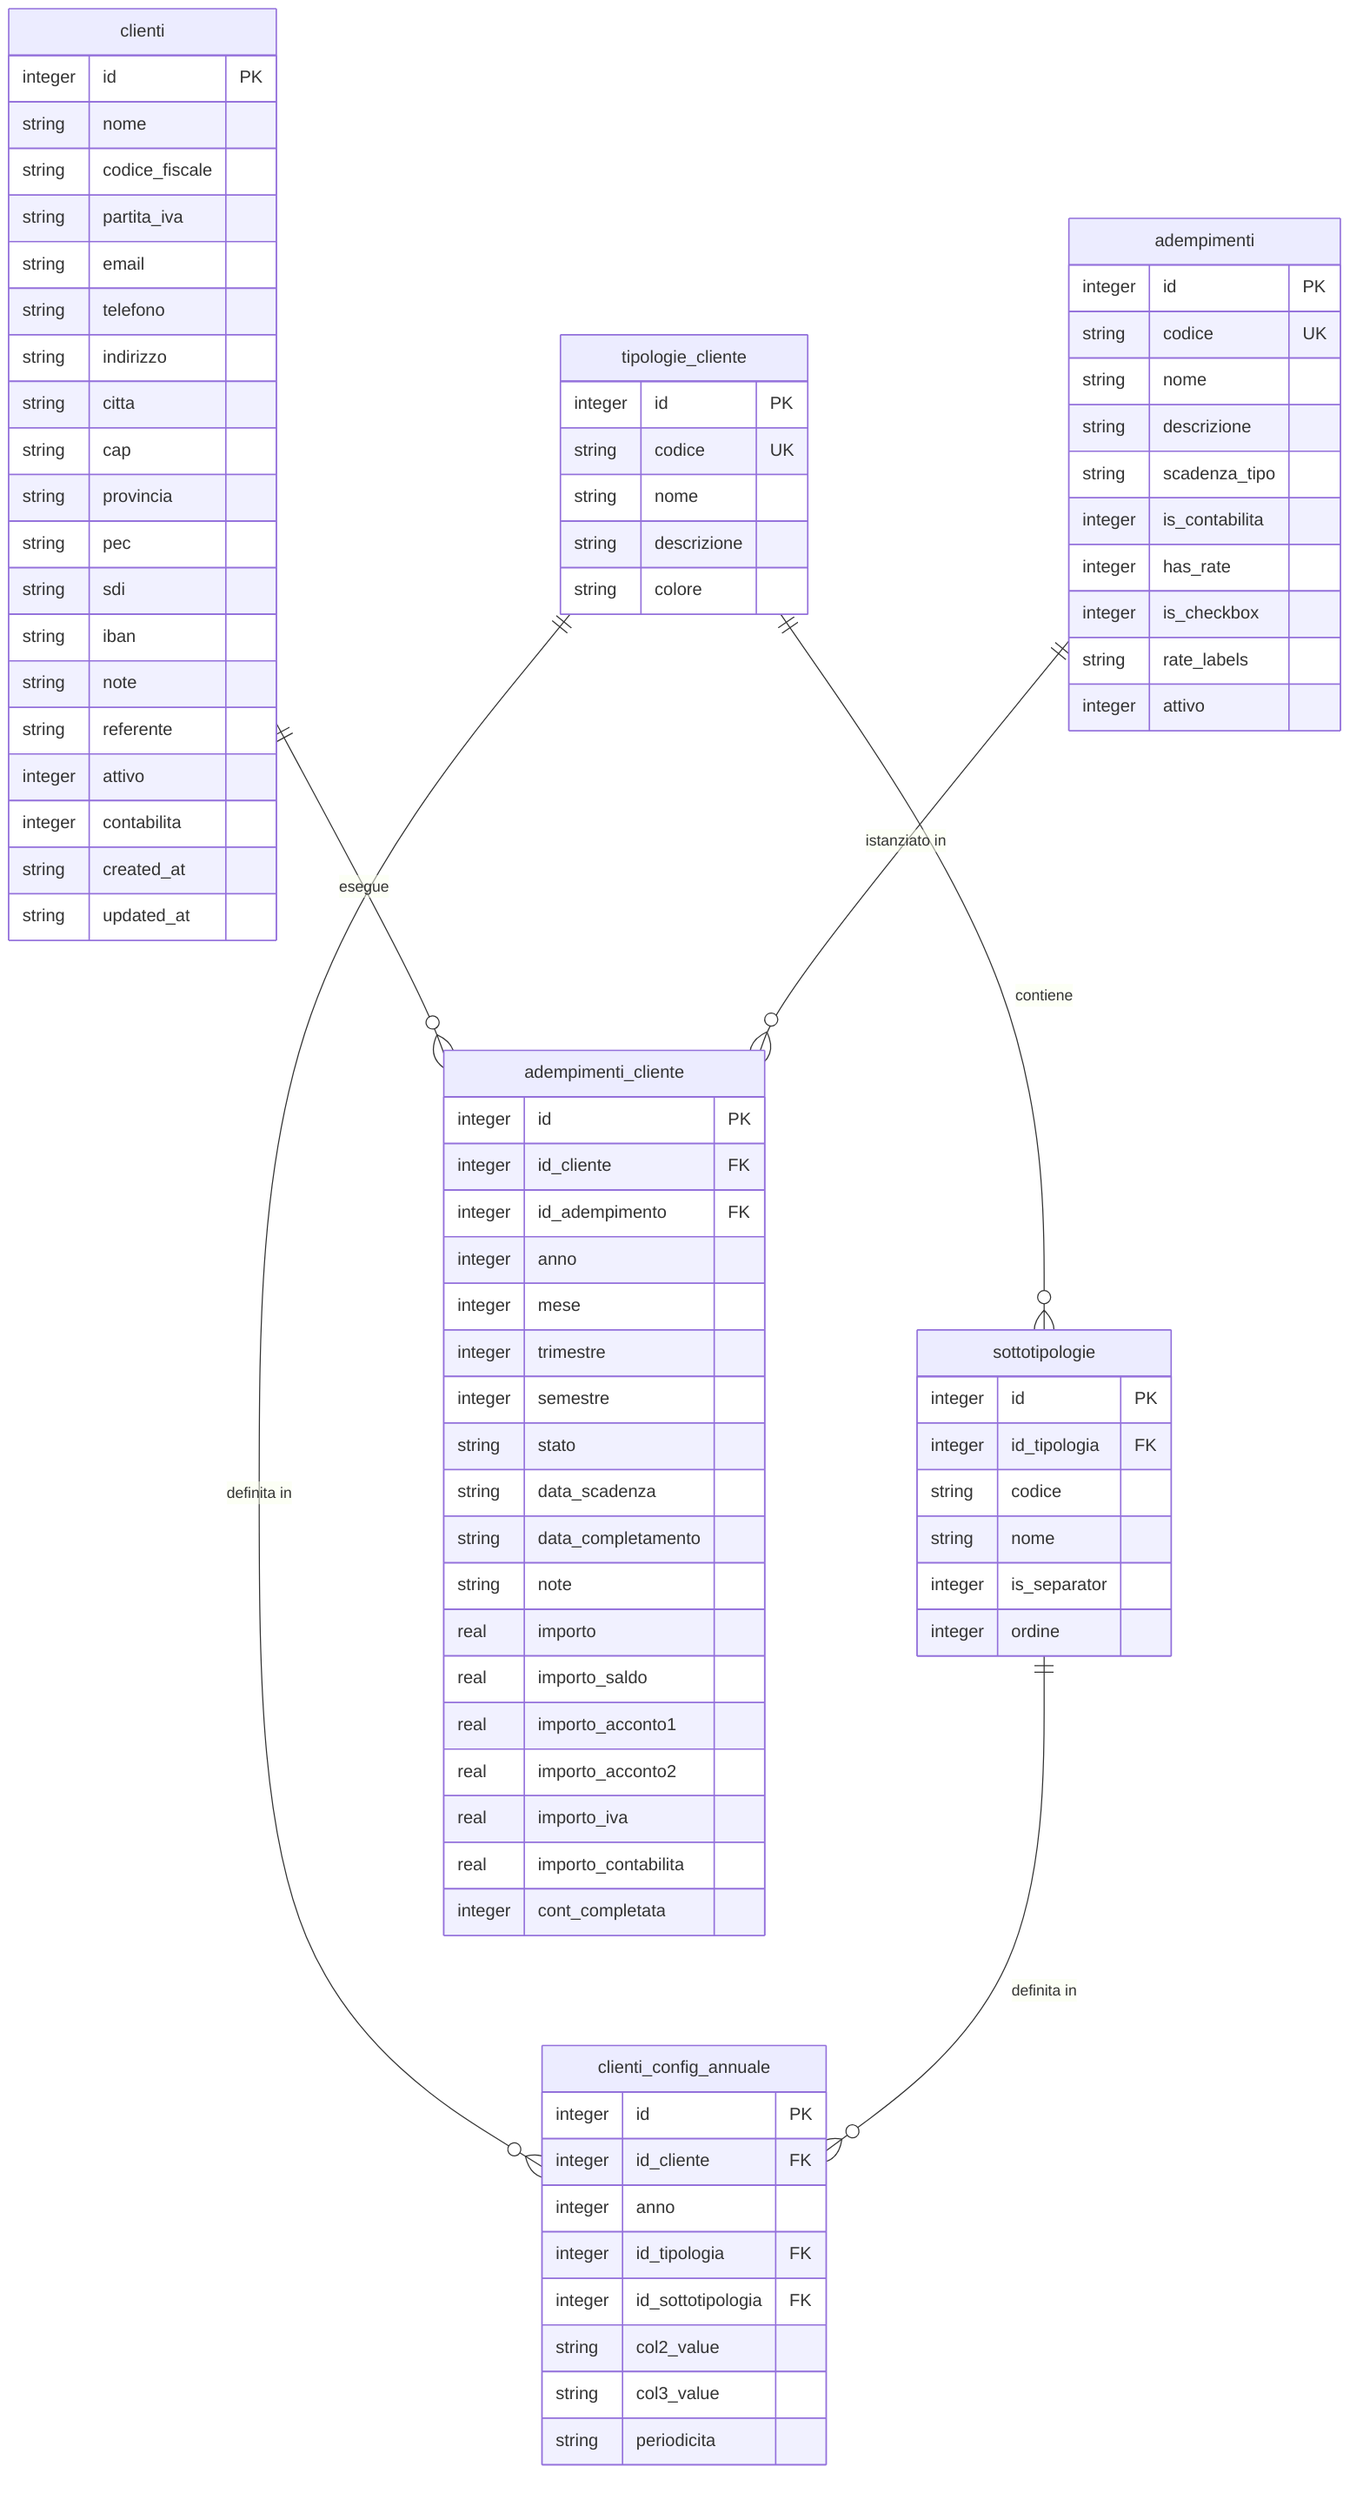
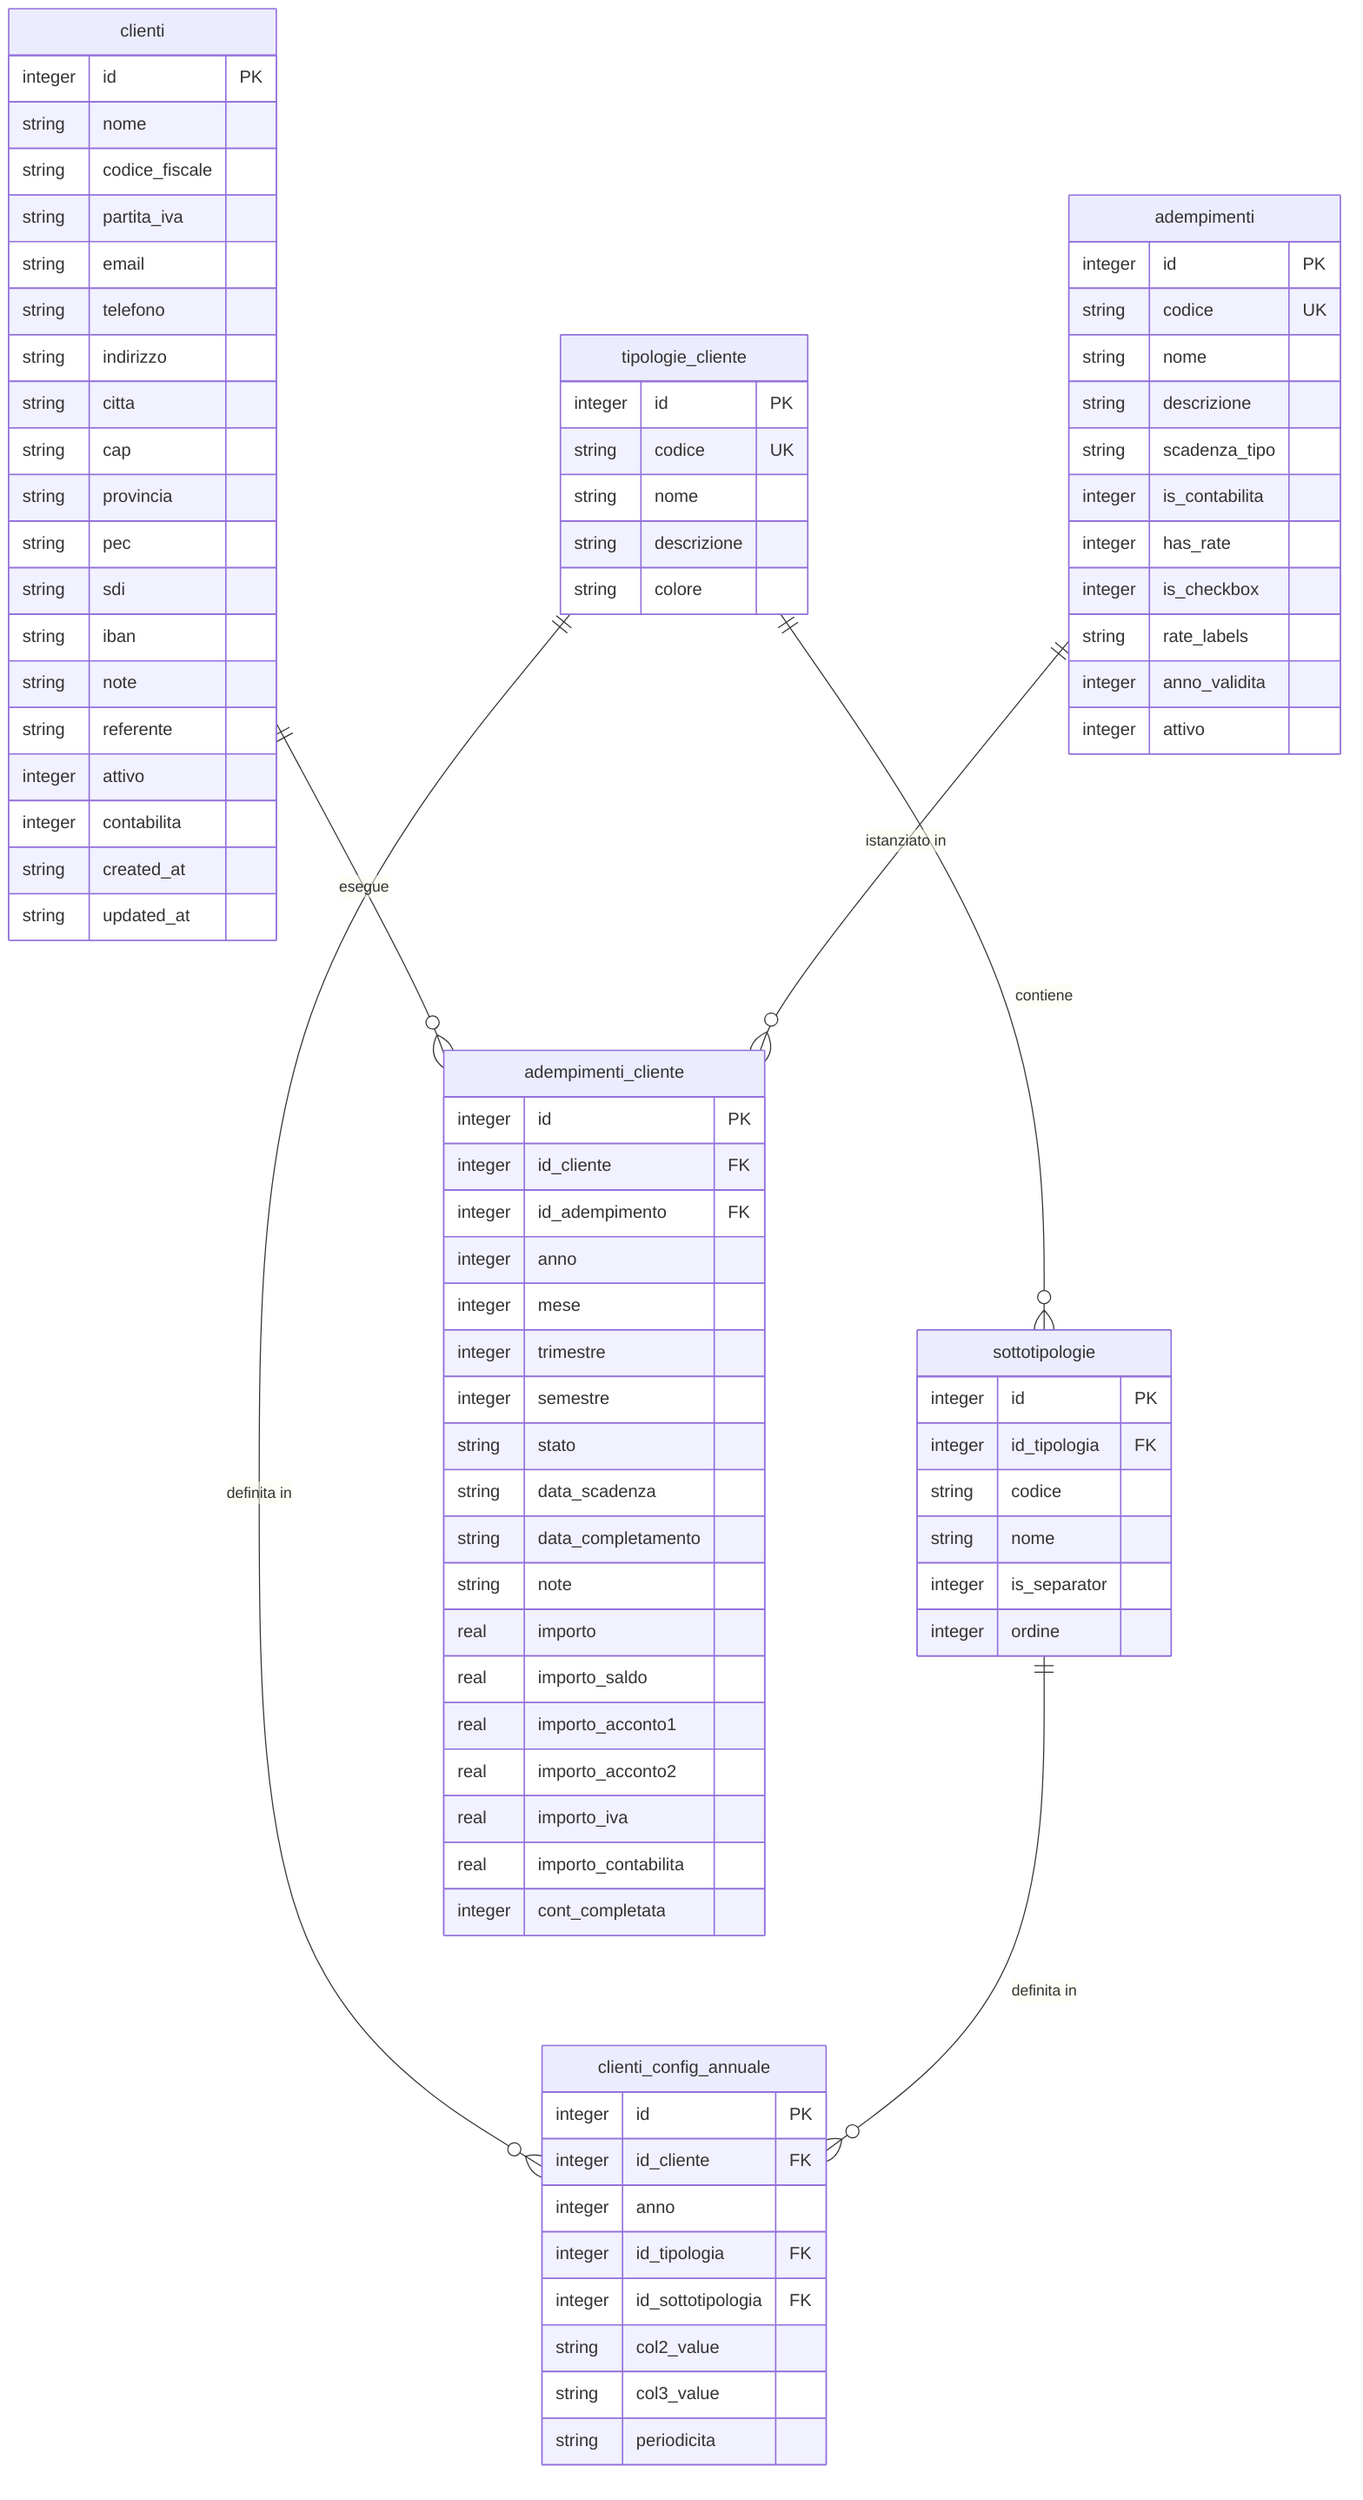
erDiagram
    clienti {
        integer id PK
        string nome
        string codice_fiscale
        string partita_iva
        string email
        string telefono
        string indirizzo
        string citta
        string cap
        string provincia
        string pec
        string sdi
        string iban
        string note
        string referente
        integer attivo
        integer contabilita
        string created_at
        string updated_at
    }

    tipologie_cliente {
        integer id PK
        string codice UK
        string nome
        string descrizione
        string colore
    }

    sottotipologie {
        integer id PK
        integer id_tipologia FK
        string codice
        string nome
        integer is_separator
        integer ordine
    }

    clienti_config_annuale {
        integer id PK
        integer id_cliente FK
        integer anno
        integer id_tipologia FK
        integer id_sottotipologia FK
        string col2_value
        string col3_value
        string periodicita
    }

    adempimenti {
        integer id PK
        string codice UK
        string nome
        string descrizione
        string scadenza_tipo
        integer is_contabilita
        integer has_rate
        integer is_checkbox
        string rate_labels
+         integer anno_validita
        integer attivo
    }

    adempimenti_cliente {
        integer id PK
        integer id_cliente FK
        integer id_adempimento FK
        integer anno
        integer mese
        integer trimestre
        integer semestre
        string stato
        string data_scadenza
        string data_completamento
        string note
        real importo
        real importo_saldo
        real importo_acconto1
        real importo_acconto2
        real importo_iva
        real importo_contabilita
        integer cont_completata
    }

    clienti ||--o{ adempimenti_cliente : "esegue"
    tipologie_cliente ||--o{ sottotipologie : "contiene"
    tipologie_cliente ||--o{ clienti_config_annuale : "definita in"
    sottotipologie ||--o{ clienti_config_annuale : "definita in"
    adempimenti ||--o{ adempimenti_cliente : "istanziato in"